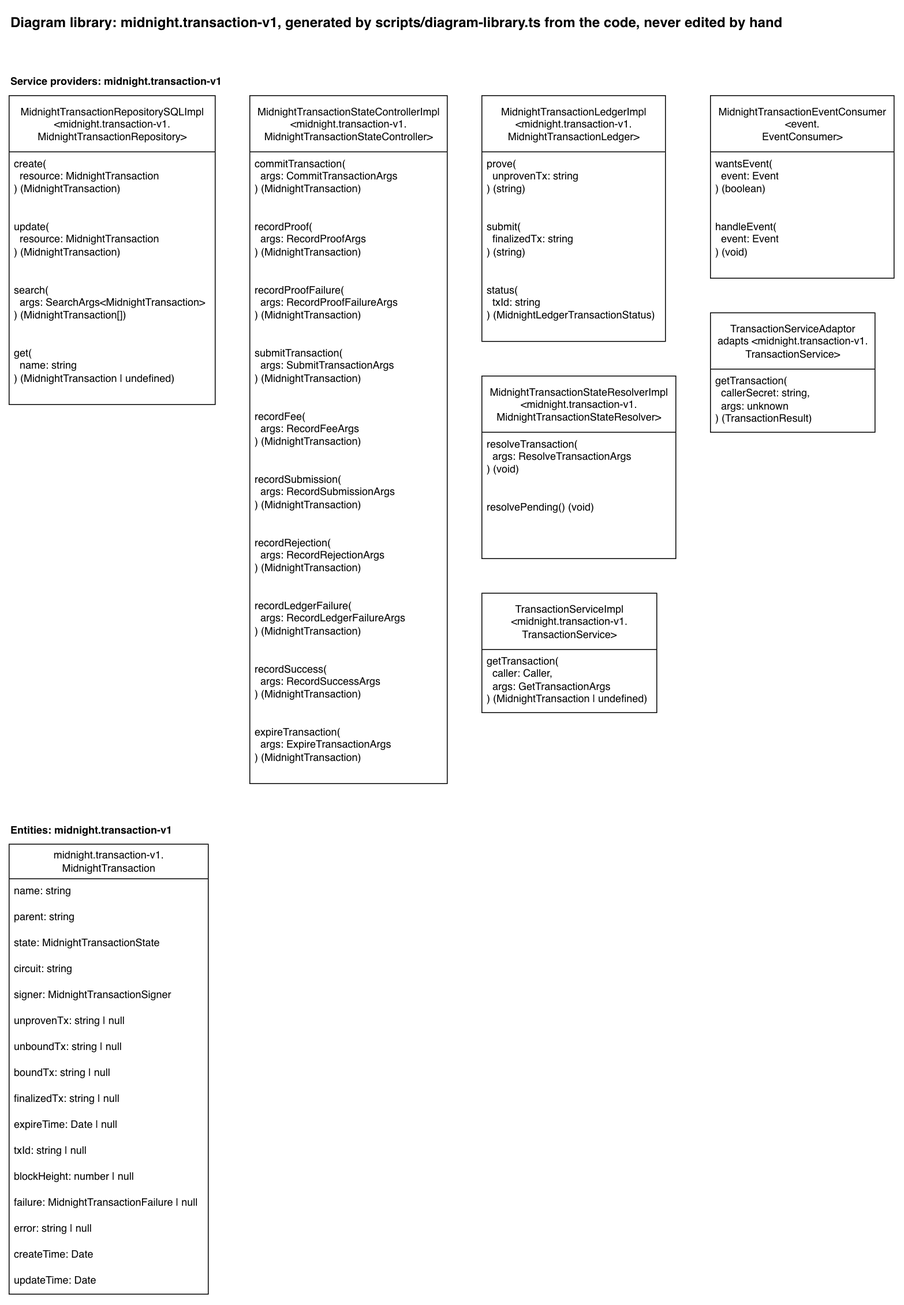
The draw.io diagram docs/diagram-library/midnight/transaction-v1/diagram-library.drawio.png in sig-net/full-stack-demo, before a commit. Source tidied: cells renumbered, new cells last; positions are measured from the earlier drawing's top-left corner, leaving out a move shared by most shapes.
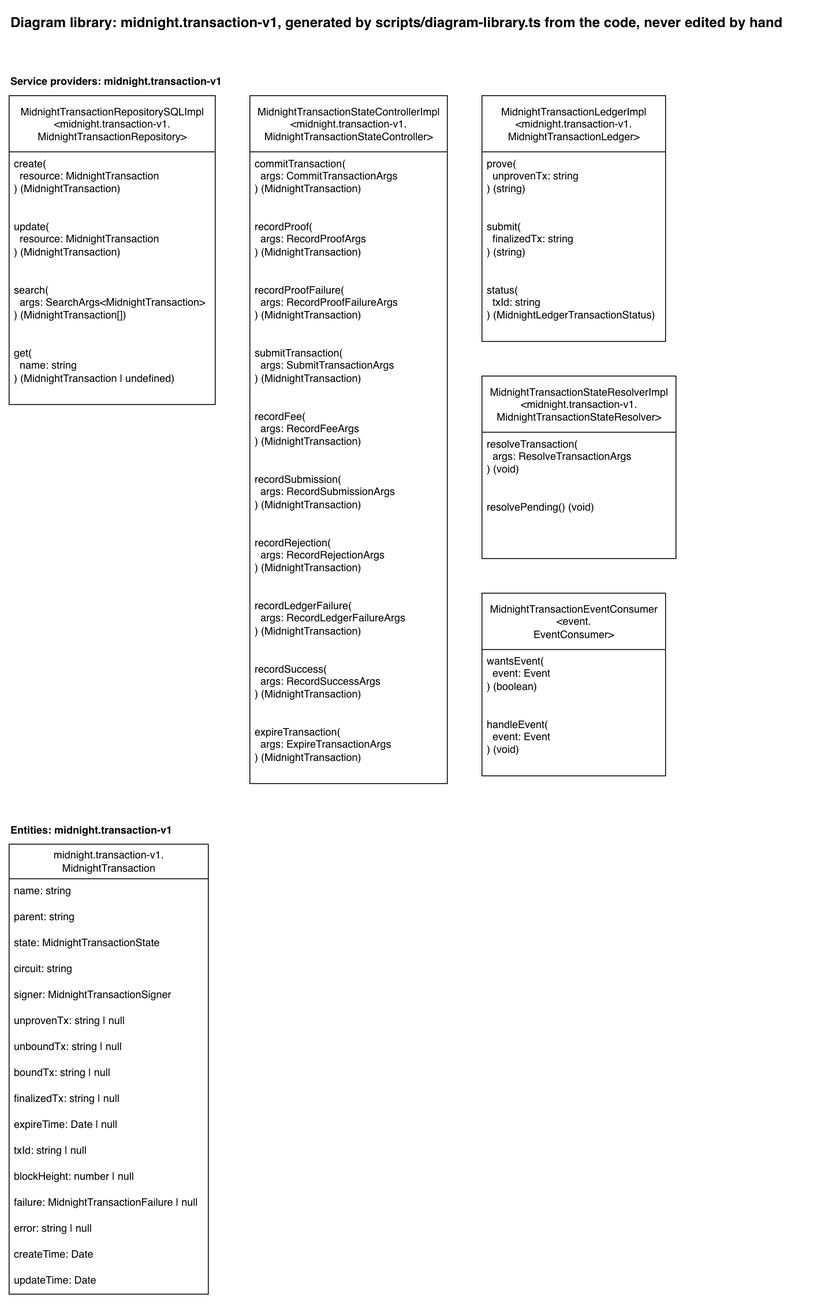
After the commit.

Diff of the diagram source:
```diff
@@ -77,14 +77,8 @@
     <mxCell id="26" value="resolvePending() (void)" style="text;strokeColor=none;fillColor=none;align=left;verticalAlign=top;spacingLeft=4;spacingRight=4;overflow=hidden;whiteSpace=wrap;html=1;" parent="24" vertex="1">
       <mxGeometry y="138" width="224" height="73" as="geometry" />
     </mxCell>
-    <mxCell id="27" value="TransactionServiceImpl&lt;br&gt;&amp;lt;midnight.transaction-v1.&lt;br&gt;TransactionService&amp;gt;" style="swimlane;fontStyle=0;horizontal=1;startSize=65;fillColor=default;html=1;fillStyle=solid;" parent="1" vertex="1">
-      <mxGeometry x="546" y="675" width="202" height="138" as="geometry" />
-    </mxCell>
-    <mxCell id="28" value="getTransaction(&lt;br&gt;&amp;nbsp; caller: Caller,&lt;br&gt;&amp;nbsp; args: GetTransactionArgs&lt;br&gt;) (MidnightTransaction | undefined)" style="text;strokeColor=none;fillColor=none;align=left;verticalAlign=top;spacingLeft=4;spacingRight=4;overflow=hidden;whiteSpace=wrap;html=1;" parent="27" vertex="1">
-      <mxGeometry y="65" width="202" height="73" as="geometry" />
-    </mxCell>
     <mxCell id="29" value="MidnightTransactionEventConsumer&lt;br&gt;&amp;lt;event.&lt;br&gt;EventConsumer&amp;gt;" style="swimlane;fontStyle=0;horizontal=1;startSize=65;fillColor=default;html=1;fillStyle=solid;" parent="1" vertex="1">
-      <mxGeometry x="810" y="100" width="212" height="211" as="geometry" />
+      <mxGeometry x="546" y="675" width="212" height="211" as="geometry" />
     </mxCell>
     <mxCell id="30" value="wantsEvent(&lt;br&gt;&amp;nbsp; event: Event&lt;br&gt;) (boolean)" style="text;strokeColor=none;fillColor=none;align=left;verticalAlign=top;spacingLeft=4;spacingRight=4;overflow=hidden;whiteSpace=wrap;html=1;" parent="29" vertex="1">
       <mxGeometry y="65" width="212" height="73" as="geometry" />
@@ -92,12 +86,6 @@
     <mxCell id="31" value="handleEvent(&lt;br&gt;&amp;nbsp; event: Event&lt;br&gt;) (void)" style="text;strokeColor=none;fillColor=none;align=left;verticalAlign=top;spacingLeft=4;spacingRight=4;overflow=hidden;whiteSpace=wrap;html=1;" parent="29" vertex="1">
       <mxGeometry y="138" width="212" height="73" as="geometry" />
     </mxCell>
-    <mxCell id="32" value="TransactionServiceAdaptor&lt;br&gt;adapts &amp;lt;midnight.transaction-v1.&lt;br&gt;TransactionService&amp;gt;" style="swimlane;fontStyle=0;horizontal=1;startSize=65;fillColor=default;html=1;fillStyle=solid;" parent="1" vertex="1">
-      <mxGeometry x="810" y="351" width="190" height="138" as="geometry" />
-    </mxCell>
-    <mxCell id="33" value="getTransaction(&lt;br&gt;&amp;nbsp; callerSecret: string,&lt;br&gt;&amp;nbsp; args: unknown&lt;br&gt;) (TransactionResult)" style="text;strokeColor=none;fillColor=none;align=left;verticalAlign=top;spacingLeft=4;spacingRight=4;overflow=hidden;whiteSpace=wrap;html=1;" parent="32" vertex="1">
-      <mxGeometry y="65" width="190" height="73" as="geometry" />
-    </mxCell>
     <mxCell id="34" value="Entities: midnight.transaction-v1" style="text;html=1;fontStyle=1;" parent="1" vertex="1">
       <mxGeometry y="935" width="208" height="20" as="geometry" />
     </mxCell>
```
